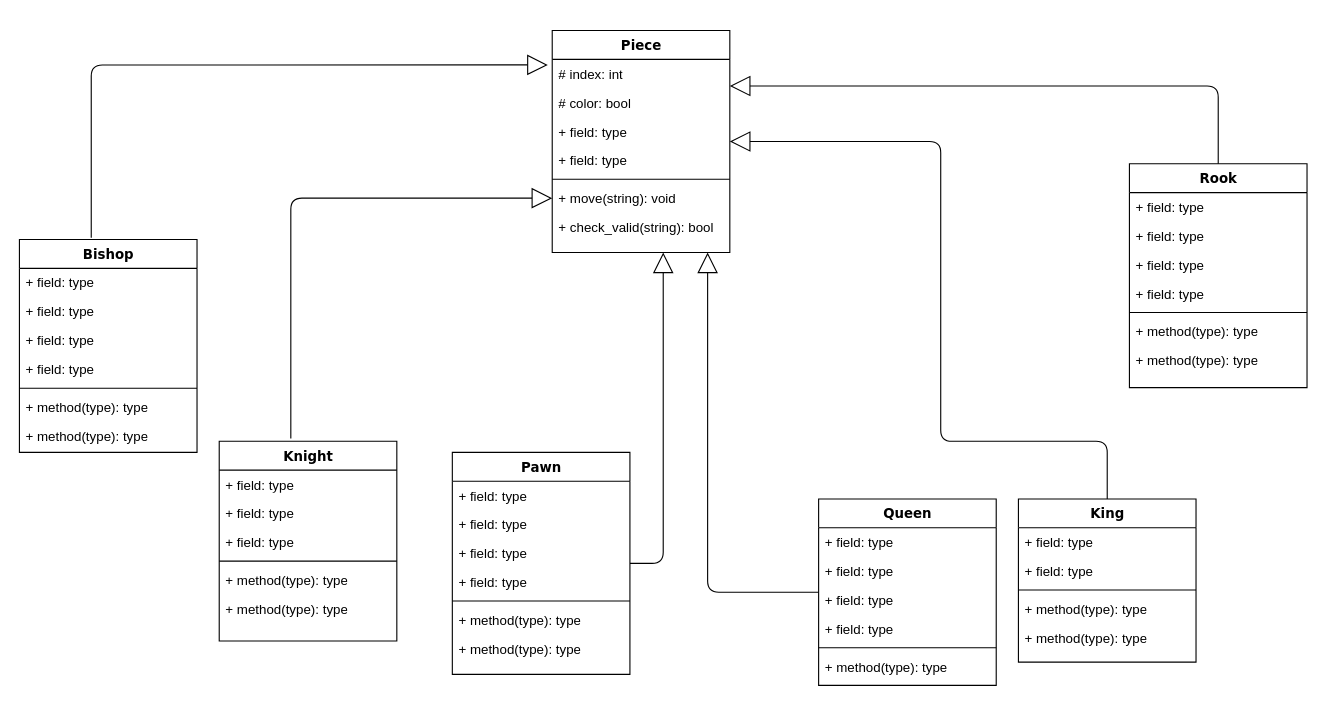
Above: ChessProject.drawio in itamar12m/Chess-Project (draw.io), before the change. Source tidied: cells renumbered, new cells numbered last; positions are measured from the earlier drawing's top-left corner, leaving out a move shared by most shapes. Both pictures are drawn from the tidied source at 111%, with x=0, y=0 at pixel (19, 30).
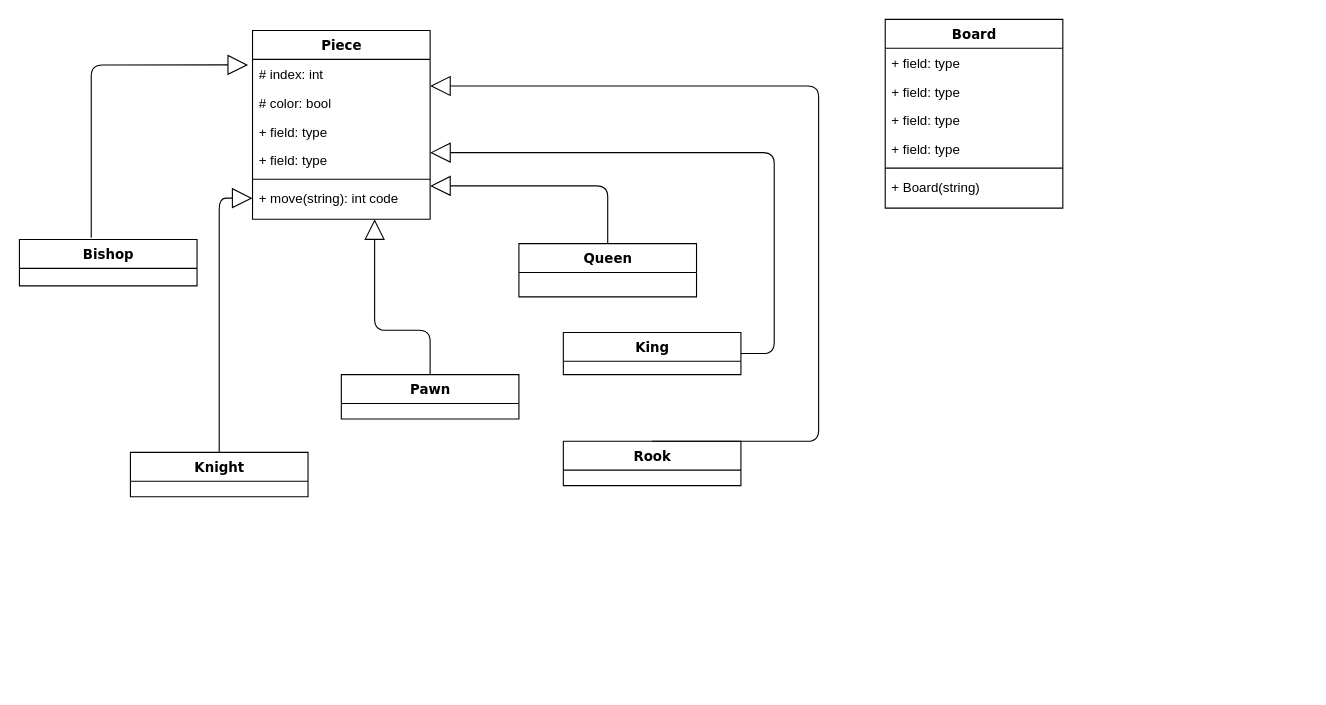
The same diagram, later.

The change refers to these unchanged cells:
```xml
<mxCell id="3" value="# index: int" style="text;html=1;strokeColor=none;fillColor=none;align=left;verticalAlign=top;spacingLeft=4;spacingRight=4;whiteSpace=wrap;overflow=hidden;points=[[0,0.5],[1,0.5]];portConstraint=eastwest;" parent="2" vertex="1">
  <mxGeometry y="26" width="160" height="26" as="geometry" />
</mxCell>
```

The edit, as a diff of the source:
```diff
@@
     <mxCell id="2" value="Piece" style="swimlane;html=1;fontStyle=1;align=center;verticalAlign=top;horizontal=1;startSize=26;swimlaneFillColor=#ffffff;rounded=0;shadow=0;comic=0;labelBackgroundColor=none;strokeWidth=1;fillColor=none;fontFamily=Verdana;fontSize=12;" parent="1" vertex="1">
-      <mxGeometry x="480" width="160" height="200" as="geometry" />
+      <mxGeometry x="210" width="160" height="170" as="geometry" />
     </mxCell>
@@
-    <mxCell id="8" value="+ move(string): void" style="text;html=1;strokeColor=none;fillColor=none;align=left;verticalAlign=top;spacingLeft=4;spacingRight=4;whiteSpace=wrap;overflow=hidden;points=[[0,0.5],[1,0.5]];portConstraint=eastwest;" parent="2" vertex="1">
+    <mxCell id="8" value="+ move(string): int code" style="text;html=1;strokeColor=none;fillColor=none;align=left;verticalAlign=top;spacingLeft=4;spacingRight=4;whiteSpace=wrap;overflow=hidden;points=[[0,0.5],[1,0.5]];portConstraint=eastwest;" parent="2" vertex="1">
       <mxGeometry y="138" width="160" height="26" as="geometry" />
     </mxCell>
-    <mxCell id="9" value="+ check_valid(string): bool" style="text;html=1;strokeColor=none;fillColor=none;align=left;verticalAlign=top;spacingLeft=4;spacingRight=4;whiteSpace=wrap;overflow=hidden;" parent="2" vertex="1">
-      <mxGeometry y="164" width="160" height="26" as="geometry" />
-    </mxCell>
-    <mxCell id="10" style="edgeStyle=orthogonalEdgeStyle;html=1;labelBackgroundColor=none;startFill=0;startSize=8;endArrow=block;endFill=0;endSize=16;fontFamily=Verdana;fontSize=12;" parent="1" edge="1" source="11" target="2">
-      <mxGeometry relative="1" as="geometry">
-        <Array as="points">
-          <mxPoint x="580" y="340" />
-          <mxPoint x="580" y="340" />
-        </Array>
-      </mxGeometry>
-    </mxCell>
     <mxCell id="11" value="Pawn" style="swimlane;html=1;fontStyle=1;align=center;verticalAlign=top;horizontal=1;startSize=26;swimlaneFillColor=#ffffff;rounded=0;shadow=0;comic=0;labelBackgroundColor=none;strokeWidth=1;fillColor=none;fontFamily=Verdana;fontSize=12;" parent="1" vertex="1">
-      <mxGeometry x="390" y="380" width="160" height="200" as="geometry" />
+      <mxGeometry x="290" y="310" width="160" height="40" as="geometry" />
     </mxCell>
-    <mxCell id="12" value="+ field: type" style="text;html=1;strokeColor=none;fillColor=none;align=left;verticalAlign=top;spacingLeft=4;spacingRight=4;whiteSpace=wrap;overflow=hidden;" parent="11" vertex="1">
-      <mxGeometry y="26" width="160" height="26" as="geometry" />
-    </mxCell>
-    <mxCell id="13" value="+ field: type" style="text;html=1;strokeColor=none;fillColor=none;align=left;verticalAlign=top;spacingLeft=4;spacingRight=4;whiteSpace=wrap;overflow=hidden;" parent="11" vertex="1">
-      <mxGeometry y="52" width="160" height="26" as="geometry" />
-    </mxCell>
-    <mxCell id="14" value="+ field: type" style="text;html=1;strokeColor=none;fillColor=none;align=left;verticalAlign=top;spacingLeft=4;spacingRight=4;whiteSpace=wrap;overflow=hidden;" parent="11" vertex="1">
-      <mxGeometry y="78" width="160" height="26" as="geometry" />
-    </mxCell>
-    <mxCell id="15" value="+ field: type" style="text;html=1;strokeColor=none;fillColor=none;align=left;verticalAlign=top;spacingLeft=4;spacingRight=4;whiteSpace=wrap;overflow=hidden;" parent="11" vertex="1">
-      <mxGeometry y="104" width="160" height="26" as="geometry" />
-    </mxCell>
-    <mxCell id="16" style="line;html=1;strokeWidth=1;fillColor=none;align=left;verticalAlign=middle;spacingTop=-1;spacingLeft=3;spacingRight=3;labelPosition=right;" parent="11" vertex="1">
-      <mxGeometry y="130" width="160" height="8" as="geometry" />
-    </mxCell>
-    <mxCell id="17" value="+ method(type): type" style="text;html=1;strokeColor=none;fillColor=none;align=left;verticalAlign=top;spacingLeft=4;spacingRight=4;whiteSpace=wrap;overflow=hidden;" parent="11" vertex="1">
-      <mxGeometry y="138" width="160" height="26" as="geometry" />
-    </mxCell>
-    <mxCell id="18" value="+ method(type): type" style="text;html=1;strokeColor=none;fillColor=none;align=left;verticalAlign=top;spacingLeft=4;spacingRight=4;whiteSpace=wrap;overflow=hidden;" parent="11" vertex="1">
-      <mxGeometry y="164" width="160" height="26" as="geometry" />
-    </mxCell>
     <mxCell id="19" style="edgeStyle=orthogonalEdgeStyle;html=1;labelBackgroundColor=none;startFill=0;startSize=8;endArrow=block;endFill=0;endSize=16;fontFamily=Verdana;fontSize=12;" parent="1" edge="1" source="20" target="2">
       <mxGeometry relative="1" as="geometry">
         <Array as="points">
-          <mxPoint x="620" y="506" />
+          <mxPoint x="530" y="140" />
         </Array>
       </mxGeometry>
     </mxCell>
     <mxCell id="20" value="Queen" style="swimlane;html=1;fontStyle=1;align=center;verticalAlign=top;horizontal=1;startSize=26;swimlaneFillColor=#ffffff;rounded=0;shadow=0;comic=0;labelBackgroundColor=none;strokeWidth=1;fillColor=none;fontFamily=Verdana;fontSize=12;" parent="1" vertex="1">
-      <mxGeometry x="720" y="422" width="160" height="168" as="geometry" />
+      <mxGeometry x="450" y="192" width="160" height="48" as="geometry" />
     </mxCell>
-    <mxCell id="21" value="+ field: type" style="text;html=1;strokeColor=none;fillColor=none;align=left;verticalAlign=top;spacingLeft=4;spacingRight=4;whiteSpace=wrap;overflow=hidden;" parent="20" vertex="1">
-      <mxGeometry y="26" width="160" height="26" as="geometry" />
-    </mxCell>
-    <mxCell id="22" value="+ field: type" style="text;html=1;strokeColor=none;fillColor=none;align=left;verticalAlign=top;spacingLeft=4;spacingRight=4;whiteSpace=wrap;overflow=hidden;" parent="20" vertex="1">
-      <mxGeometry y="52" width="160" height="26" as="geometry" />
-    </mxCell>
-    <mxCell id="23" value="+ field: type" style="text;html=1;strokeColor=none;fillColor=none;align=left;verticalAlign=top;spacingLeft=4;spacingRight=4;whiteSpace=wrap;overflow=hidden;" parent="20" vertex="1">
-      <mxGeometry y="78" width="160" height="26" as="geometry" />
-    </mxCell>
-    <mxCell id="24" value="+ field: type" style="text;html=1;strokeColor=none;fillColor=none;align=left;verticalAlign=top;spacingLeft=4;spacingRight=4;whiteSpace=wrap;overflow=hidden;" parent="20" vertex="1">
-      <mxGeometry y="104" width="160" height="26" as="geometry" />
-    </mxCell>
-    <mxCell id="25" style="line;html=1;strokeWidth=1;fillColor=none;align=left;verticalAlign=middle;spacingTop=-1;spacingLeft=3;spacingRight=3;labelPosition=right;" parent="20" vertex="1">
-      <mxGeometry y="130" width="160" height="8" as="geometry" />
-    </mxCell>
-    <mxCell id="26" value="+ method(type): type" style="text;html=1;strokeColor=none;fillColor=none;align=left;verticalAlign=top;spacingLeft=4;spacingRight=4;whiteSpace=wrap;overflow=hidden;" parent="20" vertex="1">
-      <mxGeometry y="138" width="160" height="26" as="geometry" />
-    </mxCell>
     <mxCell id="27" style="edgeStyle=orthogonalEdgeStyle;html=1;labelBackgroundColor=none;startFill=0;startSize=8;endArrow=block;endFill=0;endSize=16;fontFamily=Verdana;fontSize=12;" parent="1" edge="1" source="28" target="2">
       <mxGeometry relative="1" as="geometry">
         <Array as="points">
-          <mxPoint x="980" y="370" />
-          <mxPoint x="830" y="370" />
+          <mxPoint x="680" y="291" />
+          <mxPoint x="680" y="110" />
         </Array>
       </mxGeometry>
     </mxCell>
     <mxCell id="28" value="King" style="swimlane;html=1;fontStyle=1;align=center;verticalAlign=top;horizontal=1;startSize=26;swimlaneFillColor=#ffffff;rounded=0;shadow=0;comic=0;labelBackgroundColor=none;strokeWidth=1;fillColor=none;fontFamily=Verdana;fontSize=12;" parent="1" vertex="1">
-      <mxGeometry x="900" y="422" width="160" height="147" as="geometry" />
+      <mxGeometry x="490" y="272" width="160" height="38" as="geometry" />
     </mxCell>
-    <mxCell id="29" value="+ field: type" style="text;html=1;strokeColor=none;fillColor=none;align=left;verticalAlign=top;spacingLeft=4;spacingRight=4;whiteSpace=wrap;overflow=hidden;" parent="28" vertex="1">
-      <mxGeometry y="26" width="160" height="26" as="geometry" />
-    </mxCell>
-    <mxCell id="30" value="+ field: type" style="text;html=1;strokeColor=none;fillColor=none;align=left;verticalAlign=top;spacingLeft=4;spacingRight=4;whiteSpace=wrap;overflow=hidden;" parent="28" vertex="1">
-      <mxGeometry y="52" width="160" height="26" as="geometry" />
-    </mxCell>
-    <mxCell id="31" style="line;html=1;strokeWidth=1;fillColor=none;align=left;verticalAlign=middle;spacingTop=-1;spacingLeft=3;spacingRight=3;labelPosition=right;" parent="28" vertex="1">
-      <mxGeometry y="78" width="160" height="8" as="geometry" />
-    </mxCell>
-    <mxCell id="32" value="+ method(type): type" style="text;html=1;strokeColor=none;fillColor=none;align=left;verticalAlign=top;spacingLeft=4;spacingRight=4;whiteSpace=wrap;overflow=hidden;" parent="28" vertex="1">
-      <mxGeometry y="86" width="160" height="26" as="geometry" />
-    </mxCell>
-    <mxCell id="33" value="+ method(type): type" style="text;html=1;strokeColor=none;fillColor=none;align=left;verticalAlign=top;spacingLeft=4;spacingRight=4;whiteSpace=wrap;overflow=hidden;" parent="28" vertex="1">
-      <mxGeometry y="112" width="160" height="26" as="geometry" />
-    </mxCell>
     <mxCell id="34" value="Knight" style="swimlane;html=1;fontStyle=1;align=center;verticalAlign=top;horizontal=1;startSize=26;swimlaneFillColor=#ffffff;rounded=0;shadow=0;comic=0;labelBackgroundColor=none;strokeWidth=1;fillColor=none;fontFamily=Verdana;fontSize=12;" parent="1" vertex="1">
-      <mxGeometry x="180" y="370" width="160" height="180" as="geometry" />
+      <mxGeometry x="100" y="380" width="160" height="40" as="geometry" />
     </mxCell>
-    <mxCell id="35" value="+ field: type" style="text;html=1;strokeColor=none;fillColor=none;align=left;verticalAlign=top;spacingLeft=4;spacingRight=4;whiteSpace=wrap;overflow=hidden;" parent="34" vertex="1">
-      <mxGeometry y="26" width="160" height="26" as="geometry" />
-    </mxCell>
-    <mxCell id="36" value="+ field: type" style="text;html=1;strokeColor=none;fillColor=none;align=left;verticalAlign=top;spacingLeft=4;spacingRight=4;whiteSpace=wrap;overflow=hidden;" parent="34" vertex="1">
-      <mxGeometry y="52" width="160" height="26" as="geometry" />
-    </mxCell>
-    <mxCell id="37" value="+ field: type" style="text;html=1;strokeColor=none;fillColor=none;align=left;verticalAlign=top;spacingLeft=4;spacingRight=4;whiteSpace=wrap;overflow=hidden;" parent="34" vertex="1">
-      <mxGeometry y="78" width="160" height="26" as="geometry" />
-    </mxCell>
-    <mxCell id="38" style="line;html=1;strokeWidth=1;fillColor=none;align=left;verticalAlign=middle;spacingTop=-1;spacingLeft=3;spacingRight=3;labelPosition=right;" parent="34" vertex="1">
-      <mxGeometry y="104" width="160" height="8" as="geometry" />
-    </mxCell>
-    <mxCell id="39" value="+ method(type): type" style="text;html=1;strokeColor=none;fillColor=none;align=left;verticalAlign=top;spacingLeft=4;spacingRight=4;whiteSpace=wrap;overflow=hidden;" parent="34" vertex="1">
-      <mxGeometry y="112" width="160" height="26" as="geometry" />
-    </mxCell>
-    <mxCell id="40" value="+ method(type): type" style="text;html=1;strokeColor=none;fillColor=none;align=left;verticalAlign=top;spacingLeft=4;spacingRight=4;whiteSpace=wrap;overflow=hidden;" parent="34" vertex="1">
-      <mxGeometry y="138" width="160" height="26" as="geometry" />
-    </mxCell>
-    <mxCell id="41" style="edgeStyle=orthogonalEdgeStyle;html=1;labelBackgroundColor=none;startFill=0;startSize=8;endArrow=block;endFill=0;endSize=16;fontFamily=Verdana;fontSize=12;entryX=0;entryY=0.5;entryDx=0;entryDy=0;" parent="1" edge="1" target="8">
+    <mxCell id="41" style="edgeStyle=orthogonalEdgeStyle;html=1;labelBackgroundColor=none;startFill=0;startSize=8;endArrow=block;endFill=0;endSize=16;fontFamily=Verdana;fontSize=12;entryX=0;entryY=0.5;entryDx=0;entryDy=0;exitX=0.5;exitY=0;exitDx=0;exitDy=0;" parent="1" edge="1" source="34" target="8">
       <mxGeometry relative="1" as="geometry">
-        <mxPoint x="244.5" y="367.6" as="sourcePoint" />
         <Array as="points">
-          <mxPoint x="245" y="151" />
+          <mxPoint x="180" y="151" />
         </Array>
       </mxGeometry>
     </mxCell>
     <mxCell id="42" value="Rook" style="swimlane;html=1;fontStyle=1;align=center;verticalAlign=top;horizontal=1;startSize=26;swimlaneFillColor=#ffffff;rounded=0;shadow=0;comic=0;labelBackgroundColor=none;strokeWidth=1;fillColor=none;fontFamily=Verdana;fontSize=12;" parent="1" vertex="1">
-      <mxGeometry x="1000" y="120" width="160" height="201.7" as="geometry" />
+      <mxGeometry x="490" y="370" width="160" height="40" as="geometry" />
     </mxCell>
-    <mxCell id="43" value="+ field: type" style="text;html=1;strokeColor=none;fillColor=none;align=left;verticalAlign=top;spacingLeft=4;spacingRight=4;whiteSpace=wrap;overflow=hidden;" parent="42" vertex="1">
-      <mxGeometry y="26" width="160" height="26" as="geometry" />
-    </mxCell>
-    <mxCell id="44" value="+ field: type" style="text;html=1;strokeColor=none;fillColor=none;align=left;verticalAlign=top;spacingLeft=4;spacingRight=4;whiteSpace=wrap;overflow=hidden;" parent="42" vertex="1">
-      <mxGeometry y="52" width="160" height="26" as="geometry" />
-    </mxCell>
-    <mxCell id="45" value="+ field: type" style="text;html=1;strokeColor=none;fillColor=none;align=left;verticalAlign=top;spacingLeft=4;spacingRight=4;whiteSpace=wrap;overflow=hidden;" parent="42" vertex="1">
-      <mxGeometry y="78" width="160" height="26" as="geometry" />
-    </mxCell>
-    <mxCell id="46" value="+ field: type" style="text;html=1;strokeColor=none;fillColor=none;align=left;verticalAlign=top;spacingLeft=4;spacingRight=4;whiteSpace=wrap;overflow=hidden;" parent="42" vertex="1">
-      <mxGeometry y="104" width="160" height="26" as="geometry" />
-    </mxCell>
-    <mxCell id="47" style="line;html=1;strokeWidth=1;fillColor=none;align=left;verticalAlign=middle;spacingTop=-1;spacingLeft=3;spacingRight=3;labelPosition=right;" parent="42" vertex="1">
-      <mxGeometry y="130" width="160" height="8" as="geometry" />
-    </mxCell>
-    <mxCell id="48" value="+ method(type): type" style="text;html=1;strokeColor=none;fillColor=none;align=left;verticalAlign=top;spacingLeft=4;spacingRight=4;whiteSpace=wrap;overflow=hidden;" parent="42" vertex="1">
-      <mxGeometry y="138" width="160" height="26" as="geometry" />
-    </mxCell>
-    <mxCell id="49" value="+ method(type): type" style="text;html=1;strokeColor=none;fillColor=none;align=left;verticalAlign=top;spacingLeft=4;spacingRight=4;whiteSpace=wrap;overflow=hidden;" parent="42" vertex="1">
-      <mxGeometry y="164" width="160" height="26" as="geometry" />
-    </mxCell>
     <mxCell id="50" style="edgeStyle=orthogonalEdgeStyle;html=1;labelBackgroundColor=none;startFill=0;startSize=8;endArrow=block;endFill=0;endSize=16;fontFamily=Verdana;fontSize=12;entryX=1;entryY=0.923;entryDx=0;entryDy=0;entryPerimeter=0;exitX=0.5;exitY=0;exitDx=0;exitDy=0;" parent="1" edge="1" source="42" target="3">
       <mxGeometry relative="1" as="geometry">
         <Array as="points">
-          <mxPoint x="1080" y="50" />
+          <mxPoint x="720" y="370" />
+          <mxPoint x="720" y="50" />
         </Array>
       </mxGeometry>
     </mxCell>
     <mxCell id="51" value="Bishop" style="swimlane;html=1;fontStyle=1;align=center;verticalAlign=top;horizontal=1;startSize=26;swimlaneFillColor=#ffffff;rounded=0;shadow=0;comic=0;labelBackgroundColor=none;strokeWidth=1;fillColor=none;fontFamily=Verdana;fontSize=12;" parent="1" vertex="1">
-      <mxGeometry y="188.3" width="160" height="191.7" as="geometry" />
+      <mxGeometry y="188.3" width="160" height="41.7" as="geometry" />
     </mxCell>
-    <mxCell id="52" value="+ field: type" style="text;html=1;strokeColor=none;fillColor=none;align=left;verticalAlign=top;spacingLeft=4;spacingRight=4;whiteSpace=wrap;overflow=hidden;" parent="51" vertex="1">
-      <mxGeometry y="26" width="160" height="26" as="geometry" />
-    </mxCell>
-    <mxCell id="53" value="+ field: type" style="text;html=1;strokeColor=none;fillColor=none;align=left;verticalAlign=top;spacingLeft=4;spacingRight=4;whiteSpace=wrap;overflow=hidden;" parent="51" vertex="1">
-      <mxGeometry y="52" width="160" height="26" as="geometry" />
-    </mxCell>
-    <mxCell id="54" value="+ field: type" style="text;html=1;strokeColor=none;fillColor=none;align=left;verticalAlign=top;spacingLeft=4;spacingRight=4;whiteSpace=wrap;overflow=hidden;" parent="51" vertex="1">
-      <mxGeometry y="78" width="160" height="26" as="geometry" />
-    </mxCell>
-    <mxCell id="55" value="+ field: type" style="text;html=1;strokeColor=none;fillColor=none;align=left;verticalAlign=top;spacingLeft=4;spacingRight=4;whiteSpace=wrap;overflow=hidden;" parent="51" vertex="1">
-      <mxGeometry y="104" width="160" height="26" as="geometry" />
-    </mxCell>
-    <mxCell id="56" style="line;html=1;strokeWidth=1;fillColor=none;align=left;verticalAlign=middle;spacingTop=-1;spacingLeft=3;spacingRight=3;labelPosition=right;" parent="51" vertex="1">
-      <mxGeometry y="130" width="160" height="8" as="geometry" />
-    </mxCell>
-    <mxCell id="57" value="+ method(type): type" style="text;html=1;strokeColor=none;fillColor=none;align=left;verticalAlign=top;spacingLeft=4;spacingRight=4;whiteSpace=wrap;overflow=hidden;" parent="51" vertex="1">
-      <mxGeometry y="138" width="160" height="26" as="geometry" />
-    </mxCell>
-    <mxCell id="58" value="+ method(type): type" style="text;html=1;strokeColor=none;fillColor=none;align=left;verticalAlign=top;spacingLeft=4;spacingRight=4;whiteSpace=wrap;overflow=hidden;" parent="51" vertex="1">
-      <mxGeometry y="164" width="160" height="26" as="geometry" />
-    </mxCell>
@@
+    <mxCell id="60" style="edgeStyle=orthogonalEdgeStyle;html=1;labelBackgroundColor=none;startFill=0;startSize=8;endArrow=block;endFill=0;endSize=16;fontFamily=Verdana;fontSize=12;exitX=0.5;exitY=0;exitDx=0;exitDy=0;" parent="1" edge="1" source="11">
+      <mxGeometry relative="1" as="geometry">
+        <mxPoint x="320" y="170" as="targetPoint" />
+        <Array as="points">
+          <mxPoint x="370" y="270" />
+          <mxPoint x="320" y="270" />
+        </Array>
+      </mxGeometry>
+    </mxCell>
+    <mxCell id="61" value="Board" style="swimlane;html=1;fontStyle=1;align=center;verticalAlign=top;horizontal=1;startSize=26;swimlaneFillColor=#ffffff;rounded=0;shadow=0;comic=0;labelBackgroundColor=none;strokeWidth=1;fillColor=none;fontFamily=Verdana;fontSize=12;" parent="1" vertex="1">
+      <mxGeometry x="780" y="-10" width="160" height="170" as="geometry" />
+    </mxCell>
+    <mxCell id="62" value="+ field: type" style="text;html=1;strokeColor=none;fillColor=none;align=left;verticalAlign=top;spacingLeft=4;spacingRight=4;whiteSpace=wrap;overflow=hidden;" parent="61" vertex="1">
+      <mxGeometry y="26" width="160" height="26" as="geometry" />
+    </mxCell>
+    <mxCell id="63" value="+ field: type" style="text;html=1;strokeColor=none;fillColor=none;align=left;verticalAlign=top;spacingLeft=4;spacingRight=4;whiteSpace=wrap;overflow=hidden;" parent="61" vertex="1">
+      <mxGeometry y="52" width="160" height="26" as="geometry" />
+    </mxCell>
+    <mxCell id="64" value="+ field: type" style="text;html=1;strokeColor=none;fillColor=none;align=left;verticalAlign=top;spacingLeft=4;spacingRight=4;whiteSpace=wrap;overflow=hidden;" parent="61" vertex="1">
+      <mxGeometry y="78" width="160" height="26" as="geometry" />
+    </mxCell>
+    <mxCell id="65" value="+ field: type" style="text;html=1;strokeColor=none;fillColor=none;align=left;verticalAlign=top;spacingLeft=4;spacingRight=4;whiteSpace=wrap;overflow=hidden;" parent="61" vertex="1">
+      <mxGeometry y="104" width="160" height="26" as="geometry" />
+    </mxCell>
+    <mxCell id="66" style="line;html=1;strokeWidth=1;fillColor=none;align=left;verticalAlign=middle;spacingTop=-1;spacingLeft=3;spacingRight=3;labelPosition=right;" parent="61" vertex="1">
+      <mxGeometry y="130" width="160" height="8" as="geometry" />
+    </mxCell>
+    <mxCell id="67" value="+ Board(string)" style="text;html=1;strokeColor=none;fillColor=none;align=left;verticalAlign=top;spacingLeft=4;spacingRight=4;whiteSpace=wrap;overflow=hidden;" parent="61" vertex="1">
+      <mxGeometry y="138" width="160" height="26" as="geometry" />
+    </mxCell>
```
